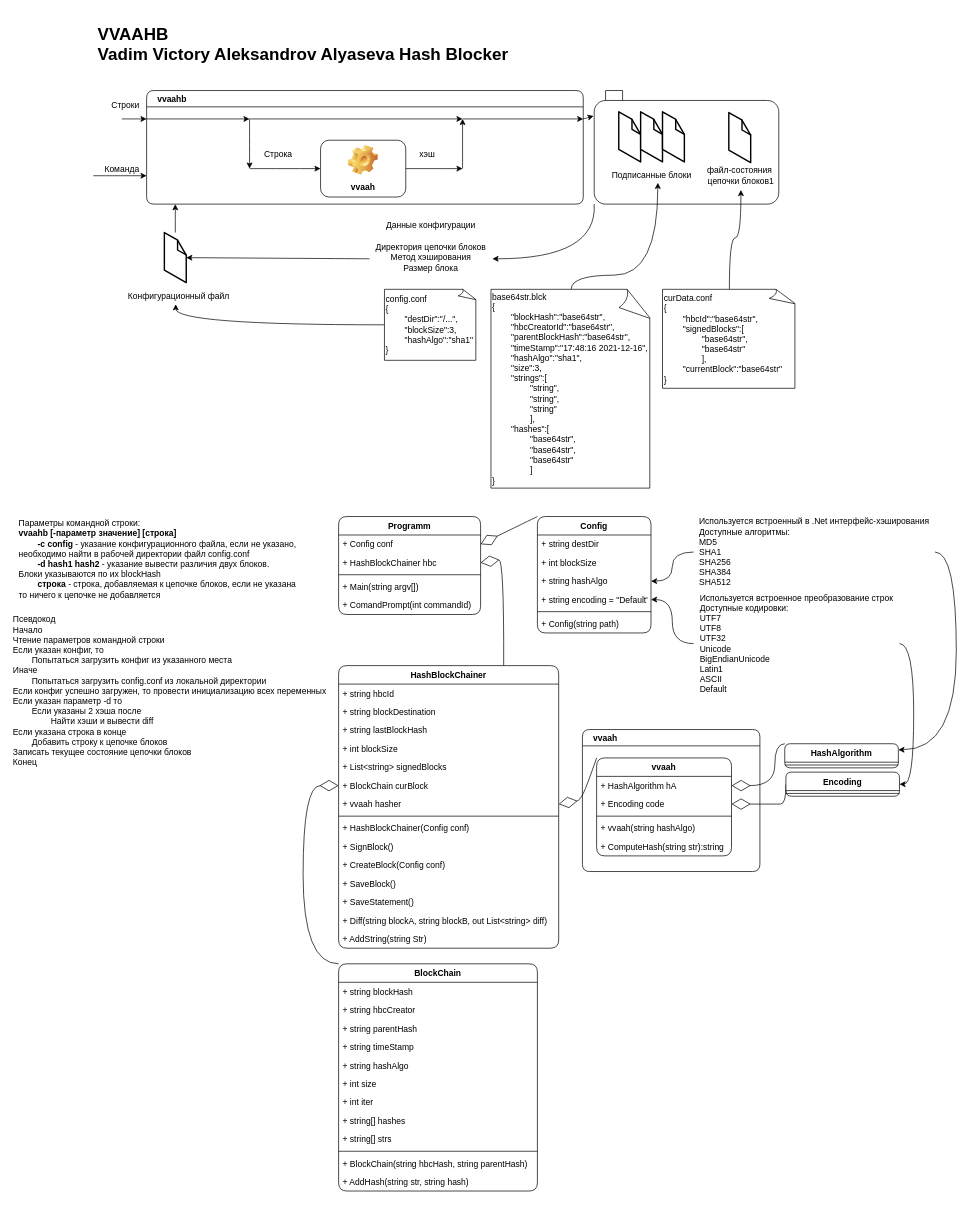
Earlier version of the draw.io diagram page "vvaahb" (2 of 3) of Documentation/vvaahbs.drawio (kamnetanker/BlockchainCSharp). Source tidied: cells renumbered, new cells numbered last; positions are measured from the earlier drawing's top-left corner, leaving out a move shared by most shapes. Both pictures are drawn from the tidied source at 71%, with x=0, y=0 at pixel (11, 19).
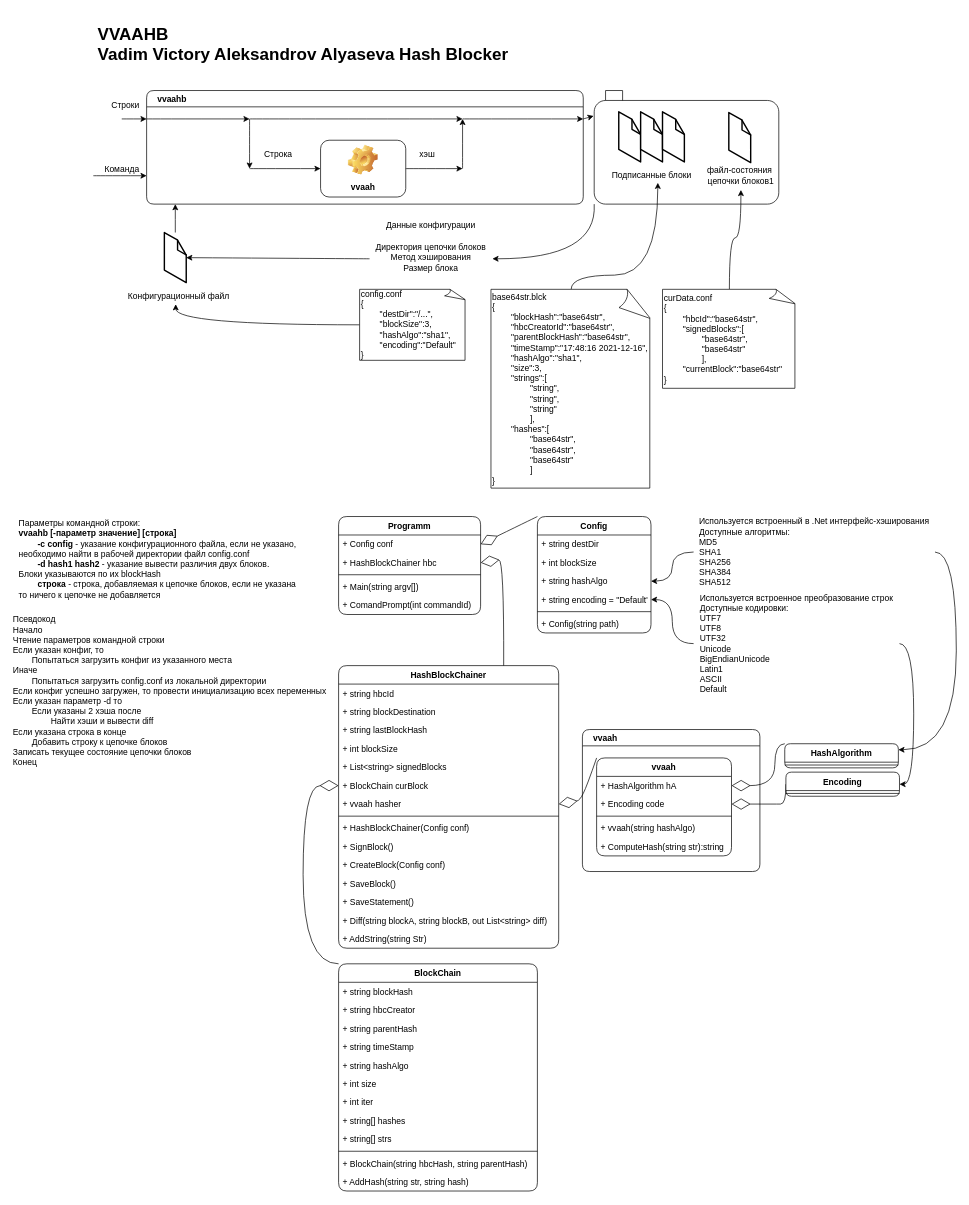
The same page after the edit.

Commit message (it also covers changes not shown here):
added SimpleJSON lib, wrote Config class

What changed in the source:
```diff
@@
-    <mxCell id="34" value="config.conf&lt;br&gt;{&lt;br&gt;&lt;span style=&quot;white-space: pre&quot;&gt;&#9;&lt;/span&gt;&quot;destDir&quot;:&quot;/...&quot;,&lt;br&gt;&lt;span style=&quot;white-space: pre&quot;&gt;&#9;&lt;/span&gt;&quot;blockSize&quot;:3,&lt;br&gt;&lt;span style=&quot;white-space: pre&quot;&gt;&#9;&lt;/span&gt;&quot;hashAlgo&quot;:&quot;sha1&quot;&lt;br&gt;}" style="whiteSpace=wrap;html=1;shape=mxgraph.basic.document;align=left;rounded=1;" parent="1" vertex="1">
-      <mxGeometry x="525" y="380" width="130" height="100" as="geometry" />
+    <mxCell id="34" value="config.conf&lt;br&gt;{&lt;br&gt;&lt;span style=&quot;white-space: pre&quot;&gt;&#9;&lt;/span&gt;&quot;destDir&quot;:&quot;/...&quot;,&lt;br&gt;&lt;span style=&quot;white-space: pre&quot;&gt;&#9;&lt;/span&gt;&quot;blockSize&quot;:3,&lt;br&gt;&lt;span style=&quot;white-space: pre&quot;&gt;&#9;&lt;/span&gt;&quot;hashAlgo&quot;:&quot;sha1&quot;,&lt;br&gt;&lt;span style=&quot;white-space: pre&quot;&gt;&#9;&lt;/span&gt;&quot;encoding&quot;:&quot;Default&quot;&lt;br&gt;}" style="whiteSpace=wrap;html=1;shape=mxgraph.basic.document;align=left;rounded=1;" parent="1" vertex="1">
+      <mxGeometry x="490" y="380" width="150" height="100" as="geometry" />
     </mxCell>
```
